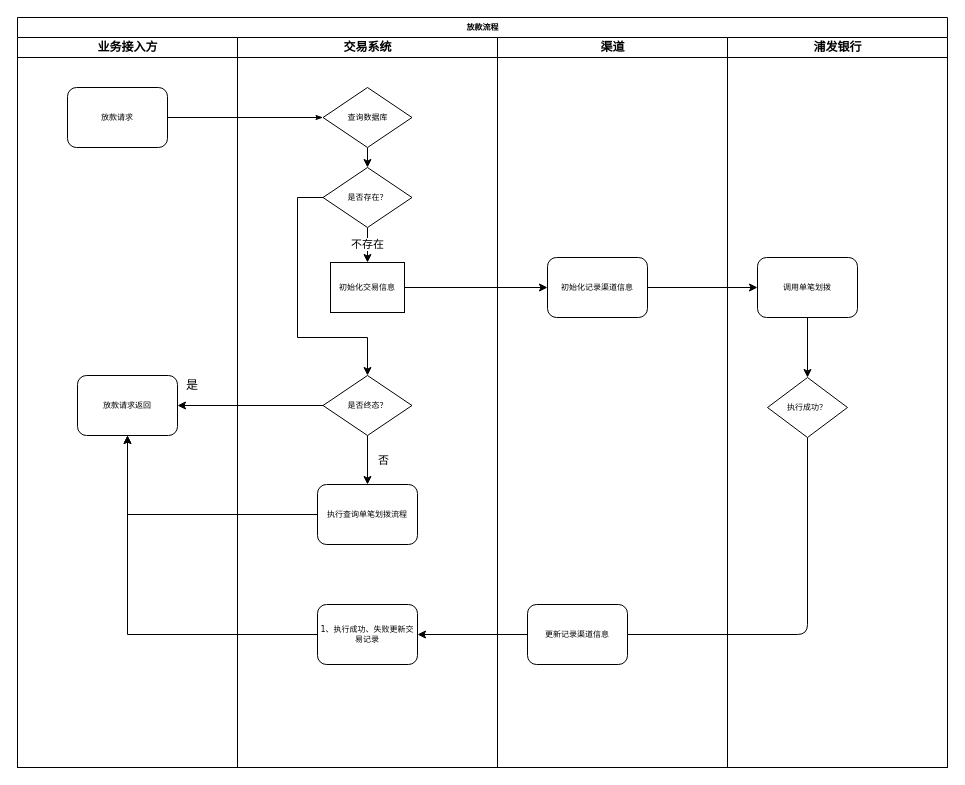
Before: 金融科技/OTA放款.drawio in xj0219/drawio, a draw.io diagram. Source tidied: cells renumbered, new cells numbered last; positions are measured from the earlier drawing's top-left corner, leaving out a move shared by most shapes. Both pictures are drawn from the tidied source at 100%, with x=0, y=0 at pixel (17, 17).
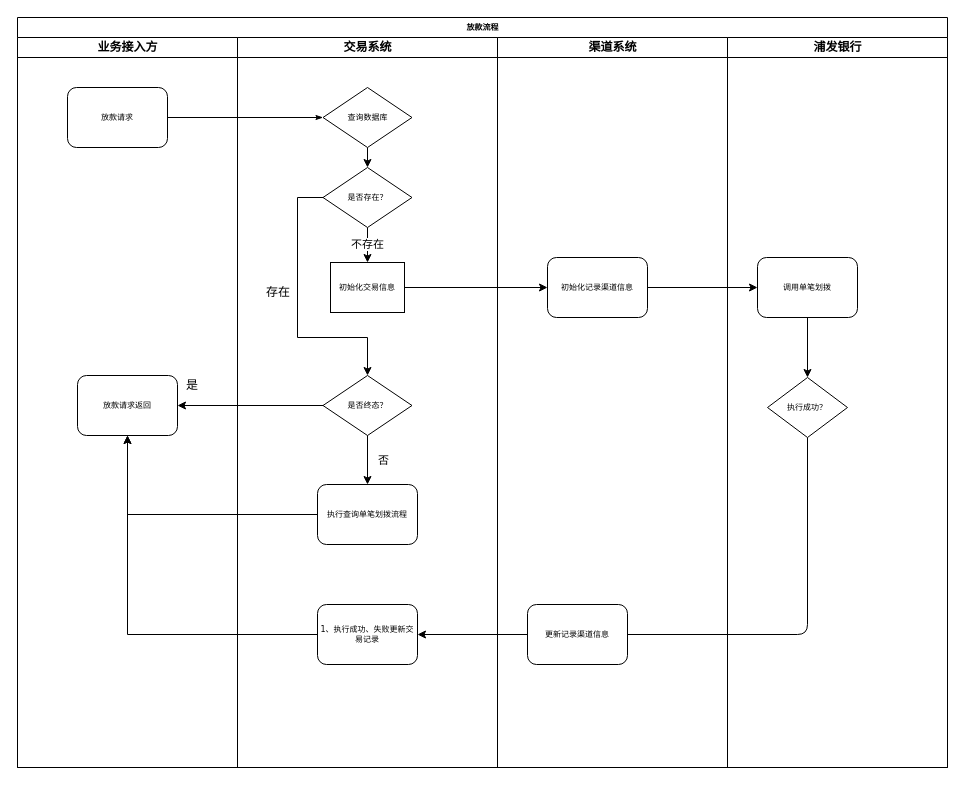
Above is the later version.

Commit message:
已添加 OTA放款.drawio

The change refers to these unchanged cells:
```xml
<mxCell id="2" value="放款流程" style="swimlane;html=1;startSize=20;rounded=0;shadow=0;labelBackgroundColor=none;strokeColor=#000000;strokeWidth=1;fillColor=#ffffff;fontFamily=Verdana;fontSize=8;fontColor=#000000;align=center;" parent="1" vertex="1">
  <mxGeometry width="930" height="750" as="geometry" />
</mxCell>
<mxCell id="7" value="交易系统" style="swimlane;html=1;startSize=20;" parent="2" vertex="1">
  <mxGeometry x="220" y="20" width="260" height="730" as="geometry" />
</mxCell>
```

Change to the diagram source:
```diff
@@
+    <mxCell id="33" value="存在" style="text;html=1;align=left;verticalAlign=top;spacingTop=-4;" parent="7" vertex="1">
+      <mxGeometry x="26.5" y="245" width="40" height="20" as="geometry" />
+    </mxCell>
@@
-    <mxCell id="22" value="渠道" style="swimlane;html=1;startSize=20;" parent="2" vertex="1">
+    <mxCell id="22" value="渠道系统" style="swimlane;html=1;startSize=20;" parent="2" vertex="1">
       <mxGeometry x="480" y="20" width="230" height="730" as="geometry" />
     </mxCell>
```
